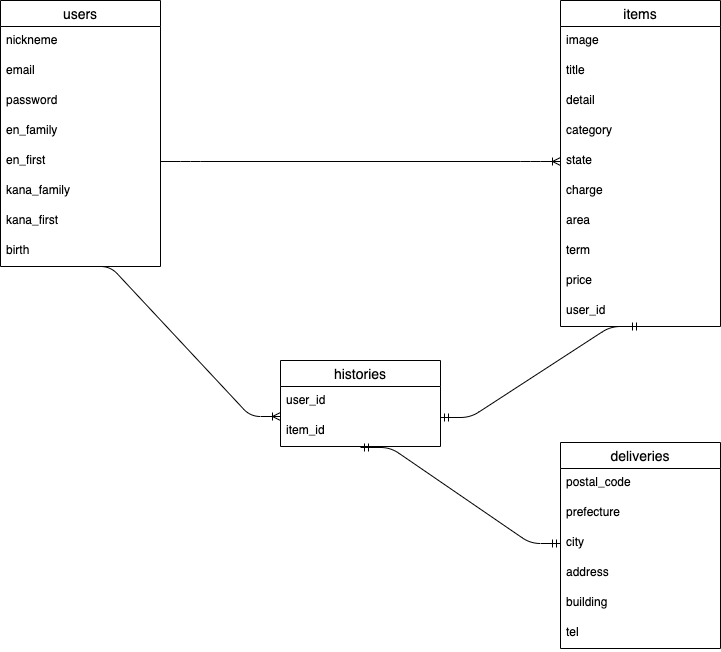
Before: er-image.png, a diagram exported from draw.io (eiyahigaki/furima-36073). Source tidied: cells renumbered, new cells last; positions are measured from the earlier drawing's top-left corner, leaving out a move shared by most shapes.
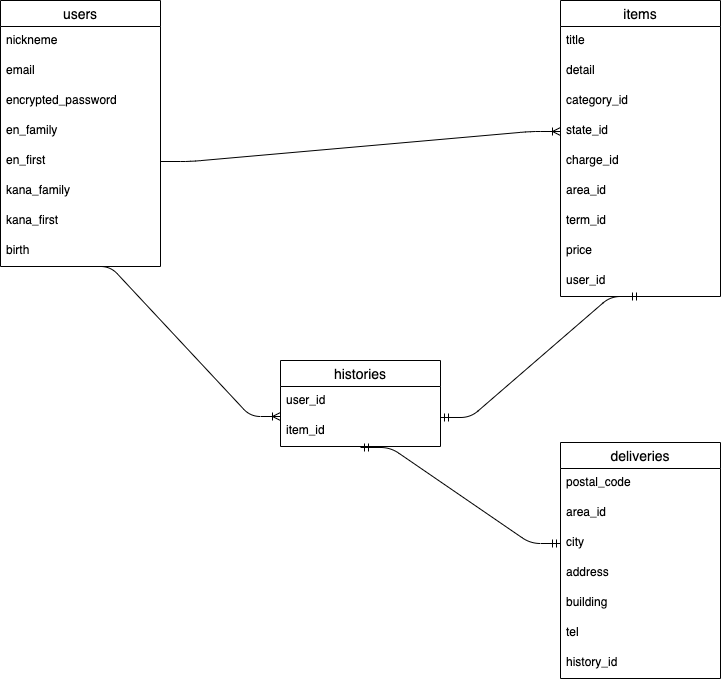
After the change.

The edit, as a diff of the source:
```diff
@@ -11,7 +11,7 @@
     <mxCell id="4" value="email" style="text;strokeColor=none;fillColor=none;spacingLeft=4;spacingRight=4;overflow=hidden;fontSize=12;" parent="2" vertex="1">
       <mxGeometry y="56" width="160" height="30" as="geometry" />
     </mxCell>
-    <mxCell id="5" value="password" style="text;strokeColor=none;fillColor=none;spacingLeft=4;spacingRight=4;overflow=hidden;fontSize=12;" parent="2" vertex="1">
+    <mxCell id="5" value="encrypted_password" style="text;strokeColor=none;fillColor=none;spacingLeft=4;spacingRight=4;overflow=hidden;fontSize=12;" parent="2" vertex="1">
       <mxGeometry y="86" width="160" height="30" as="geometry" />
     </mxCell>
     <mxCell id="6" value="en_family" style="text;strokeColor=none;fillColor=none;spacingLeft=4;spacingRight=4;overflow=hidden;fontSize=12;" parent="2" vertex="1">
@@ -30,12 +30,12 @@
       <mxGeometry y="236" width="160" height="30" as="geometry" />
     </mxCell>
     <mxCell id="11" value="deliveries" style="swimlane;fontStyle=0;horizontal=1;startSize=26;align=center;fontSize=14;" parent="1" vertex="1">
-      <mxGeometry x="560" y="442" width="160" height="206" as="geometry" />
+      <mxGeometry x="560" y="442" width="160" height="236" as="geometry" />
     </mxCell>
     <mxCell id="12" value="postal_code" style="text;strokeColor=none;fillColor=none;spacingLeft=4;spacingRight=4;overflow=hidden;fontSize=12;" parent="11" vertex="1">
       <mxGeometry y="26" width="160" height="30" as="geometry" />
     </mxCell>
-    <mxCell id="13" value="prefecture" style="text;strokeColor=none;fillColor=none;spacingLeft=4;spacingRight=4;overflow=hidden;fontSize=12;" parent="11" vertex="1">
+    <mxCell id="13" value="area_id" style="text;strokeColor=none;fillColor=none;spacingLeft=4;spacingRight=4;overflow=hidden;fontSize=12;" parent="11" vertex="1">
       <mxGeometry y="56" width="160" height="30" as="geometry" />
     </mxCell>
     <mxCell id="14" value="city" style="text;strokeColor=none;fillColor=none;spacingLeft=4;spacingRight=4;overflow=hidden;points=[[0,0.5],[1,0.5]];portConstraint=eastwest;fontSize=12;" parent="11" vertex="1">
@@ -50,6 +50,9 @@
     <mxCell id="17" value="tel" style="text;strokeColor=none;fillColor=none;spacingLeft=4;spacingRight=4;overflow=hidden;fontSize=12;" parent="11" vertex="1">
       <mxGeometry y="176" width="160" height="30" as="geometry" />
     </mxCell>
+    <mxCell id="36" value="history_id" style="text;strokeColor=none;fillColor=none;spacingLeft=4;spacingRight=4;overflow=hidden;fontSize=12;" parent="11" vertex="1">
+      <mxGeometry y="206" width="160" height="30" as="geometry" />
+    </mxCell>
     <mxCell id="18" value="histories" style="swimlane;fontStyle=0;horizontal=1;startSize=26;align=center;fontSize=14;" parent="1" vertex="1">
       <mxGeometry x="280" y="360" width="160" height="86" as="geometry" />
     </mxCell>
@@ -60,37 +63,34 @@
       <mxGeometry y="56" width="160" height="30" as="geometry" />
     </mxCell>
     <mxCell id="21" value="items" style="swimlane;fontStyle=0;horizontal=1;startSize=26;align=center;fontSize=14;" parent="1" vertex="1">
-      <mxGeometry x="560" width="160" height="326" as="geometry" />
+      <mxGeometry x="560" width="160" height="296" as="geometry" />
     </mxCell>
-    <mxCell id="22" value="image" style="text;strokeColor=none;fillColor=none;spacingLeft=4;spacingRight=4;overflow=hidden;fontSize=12;" parent="21" vertex="1">
-      <mxGeometry y="26" width="160" height="30" as="geometry" />
-    </mxCell>
     <mxCell id="23" value="title" style="text;strokeColor=none;fillColor=none;spacingLeft=4;spacingRight=4;overflow=hidden;fontSize=12;" parent="21" vertex="1">
-      <mxGeometry y="56" width="160" height="30" as="geometry" />
+      <mxGeometry y="26" width="160" height="30" as="geometry" />
     </mxCell>
     <mxCell id="24" value="detail" style="text;strokeColor=none;fillColor=none;spacingLeft=4;spacingRight=4;overflow=hidden;fontSize=12;" parent="21" vertex="1">
-      <mxGeometry y="86" width="160" height="30" as="geometry" />
+      <mxGeometry y="56" width="160" height="30" as="geometry" />
     </mxCell>
-    <mxCell id="25" value="category" style="text;strokeColor=none;fillColor=none;spacingLeft=4;spacingRight=4;overflow=hidden;fontSize=12;" parent="21" vertex="1">
-      <mxGeometry y="116" width="160" height="30" as="geometry" />
+    <mxCell id="25" value="category_id" style="text;strokeColor=none;fillColor=none;spacingLeft=4;spacingRight=4;overflow=hidden;fontSize=12;" parent="21" vertex="1">
+      <mxGeometry y="86" width="160" height="30" as="geometry" />
     </mxCell>
-    <mxCell id="26" value="state" style="text;strokeColor=none;fillColor=none;spacingLeft=4;spacingRight=4;overflow=hidden;points=[[0,0.5],[1,0.5]];portConstraint=eastwest;fontSize=12;" parent="21" vertex="1">
-      <mxGeometry y="146" width="160" height="30" as="geometry" />
+    <mxCell id="26" value="state_id" style="text;strokeColor=none;fillColor=none;spacingLeft=4;spacingRight=4;overflow=hidden;points=[[0,0.5],[1,0.5]];portConstraint=eastwest;fontSize=12;" parent="21" vertex="1">
+      <mxGeometry y="116" width="160" height="30" as="geometry" />
     </mxCell>
-    <mxCell id="27" value="charge" style="text;strokeColor=none;fillColor=none;spacingLeft=4;spacingRight=4;overflow=hidden;fontSize=12;" parent="21" vertex="1">
-      <mxGeometry y="176" width="160" height="30" as="geometry" />
+    <mxCell id="27" value="charge_id" style="text;strokeColor=none;fillColor=none;spacingLeft=4;spacingRight=4;overflow=hidden;fontSize=12;" parent="21" vertex="1">
+      <mxGeometry y="146" width="160" height="30" as="geometry" />
     </mxCell>
-    <mxCell id="28" value="area" style="text;strokeColor=none;fillColor=none;spacingLeft=4;spacingRight=4;overflow=hidden;fontSize=12;" parent="21" vertex="1">
-      <mxGeometry y="206" width="160" height="30" as="geometry" />
+    <mxCell id="28" value="area_id" style="text;strokeColor=none;fillColor=none;spacingLeft=4;spacingRight=4;overflow=hidden;fontSize=12;" parent="21" vertex="1">
+      <mxGeometry y="176" width="160" height="30" as="geometry" />
     </mxCell>
-    <mxCell id="29" value="term" style="text;strokeColor=none;fillColor=none;spacingLeft=4;spacingRight=4;overflow=hidden;fontSize=12;" parent="21" vertex="1">
-      <mxGeometry y="236" width="160" height="30" as="geometry" />
+    <mxCell id="29" value="term_id" style="text;strokeColor=none;fillColor=none;spacingLeft=4;spacingRight=4;overflow=hidden;fontSize=12;" parent="21" vertex="1">
+      <mxGeometry y="206" width="160" height="30" as="geometry" />
     </mxCell>
     <mxCell id="30" value="price" style="text;strokeColor=none;fillColor=none;spacingLeft=4;spacingRight=4;overflow=hidden;fontSize=12;" parent="21" vertex="1">
-      <mxGeometry y="266" width="160" height="30" as="geometry" />
+      <mxGeometry y="236" width="160" height="30" as="geometry" />
     </mxCell>
     <mxCell id="31" value="user_id" style="text;strokeColor=none;fillColor=none;spacingLeft=4;spacingRight=4;overflow=hidden;points=[[0,0.5],[1,0.5]];portConstraint=eastwest;fontSize=12;" parent="21" vertex="1">
-      <mxGeometry y="296" width="160" height="30" as="geometry" />
+      <mxGeometry y="266" width="160" height="30" as="geometry" />
     </mxCell>
     <mxCell id="32" style="edgeStyle=entityRelationEdgeStyle;fontSize=12;html=1;endArrow=ERoneToMany;entryX=0;entryY=0.5;entryDx=0;entryDy=0;exitX=1;exitY=0.5;exitDx=0;exitDy=0;" parent="1" edge="1" source="7" target="26">
       <mxGeometry relative="1" as="geometry" />
```
